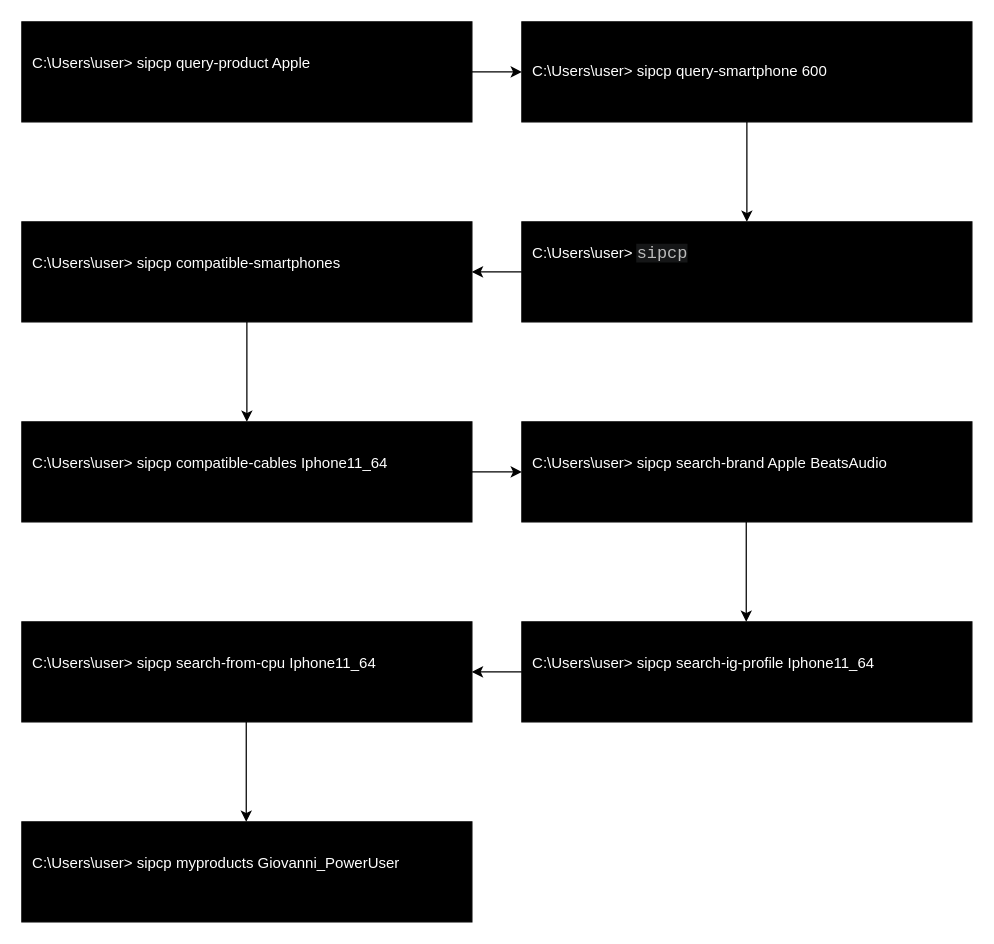
This is Documenti/Images/cli.drawio from federicotorrielli/yapo, a draw.io file, before an edit. Source tidied: cells renumbered, new cells numbered last; positions are measured from the earlier drawing's top-left corner, leaving out a move shared by most shapes. Both pictures are drawn from the tidied source at 125%, with x=0, y=0 at pixel (21, 21).
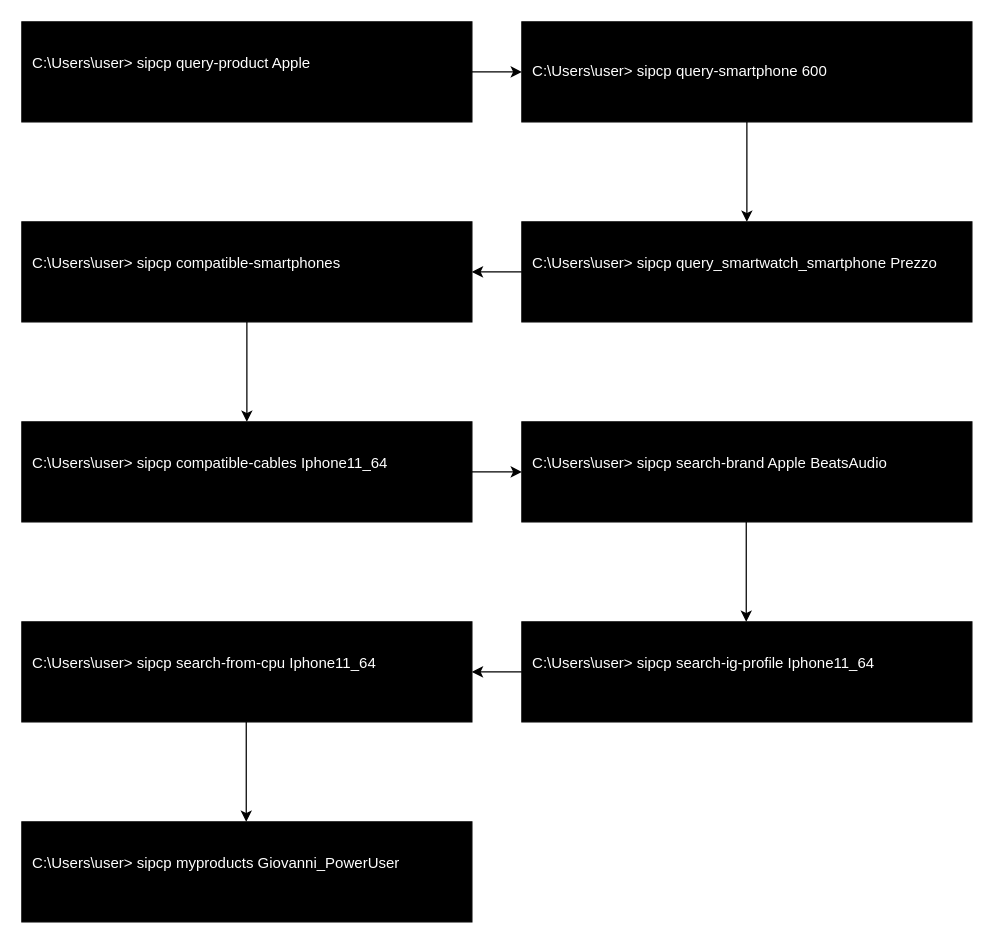
After the change.

Change to the diagram source:
```diff
@@
-    <mxCell id="6" value="&amp;nbsp; C:\Users\user&amp;gt;&amp;nbsp;&lt;span style=&quot;color: rgb(187 , 187 , 187) ; font-family: &amp;#34;jetbrains mono&amp;#34; , &amp;#34;consolas&amp;#34; , &amp;#34;liberation mono&amp;#34; , &amp;#34;menlo&amp;#34; , &amp;#34;courier&amp;#34; , monospace ; font-size: 13.5px ; background-color: rgba(212 , 222 , 231 , 0.098)&quot;&gt;sipcp&lt;/span&gt;&lt;br&gt;&lt;br&gt;&lt;br&gt;" style="rounded=0;whiteSpace=wrap;html=1;fillColor=#000000;fontColor=#FFFFFF;align=left;" parent="1" vertex="1">
+    <mxCell id="6" value="&amp;nbsp; C:\Users\user&amp;gt;&amp;nbsp;sipcp query_smartwatch_smartphone Prezzo&lt;br&gt;&lt;br&gt;" style="rounded=0;whiteSpace=wrap;html=1;fillColor=#000000;fontColor=#FFFFFF;align=left;" parent="1" vertex="1">
       <mxGeometry x="400" y="160" width="360" height="80" as="geometry" />
     </mxCell>
```
